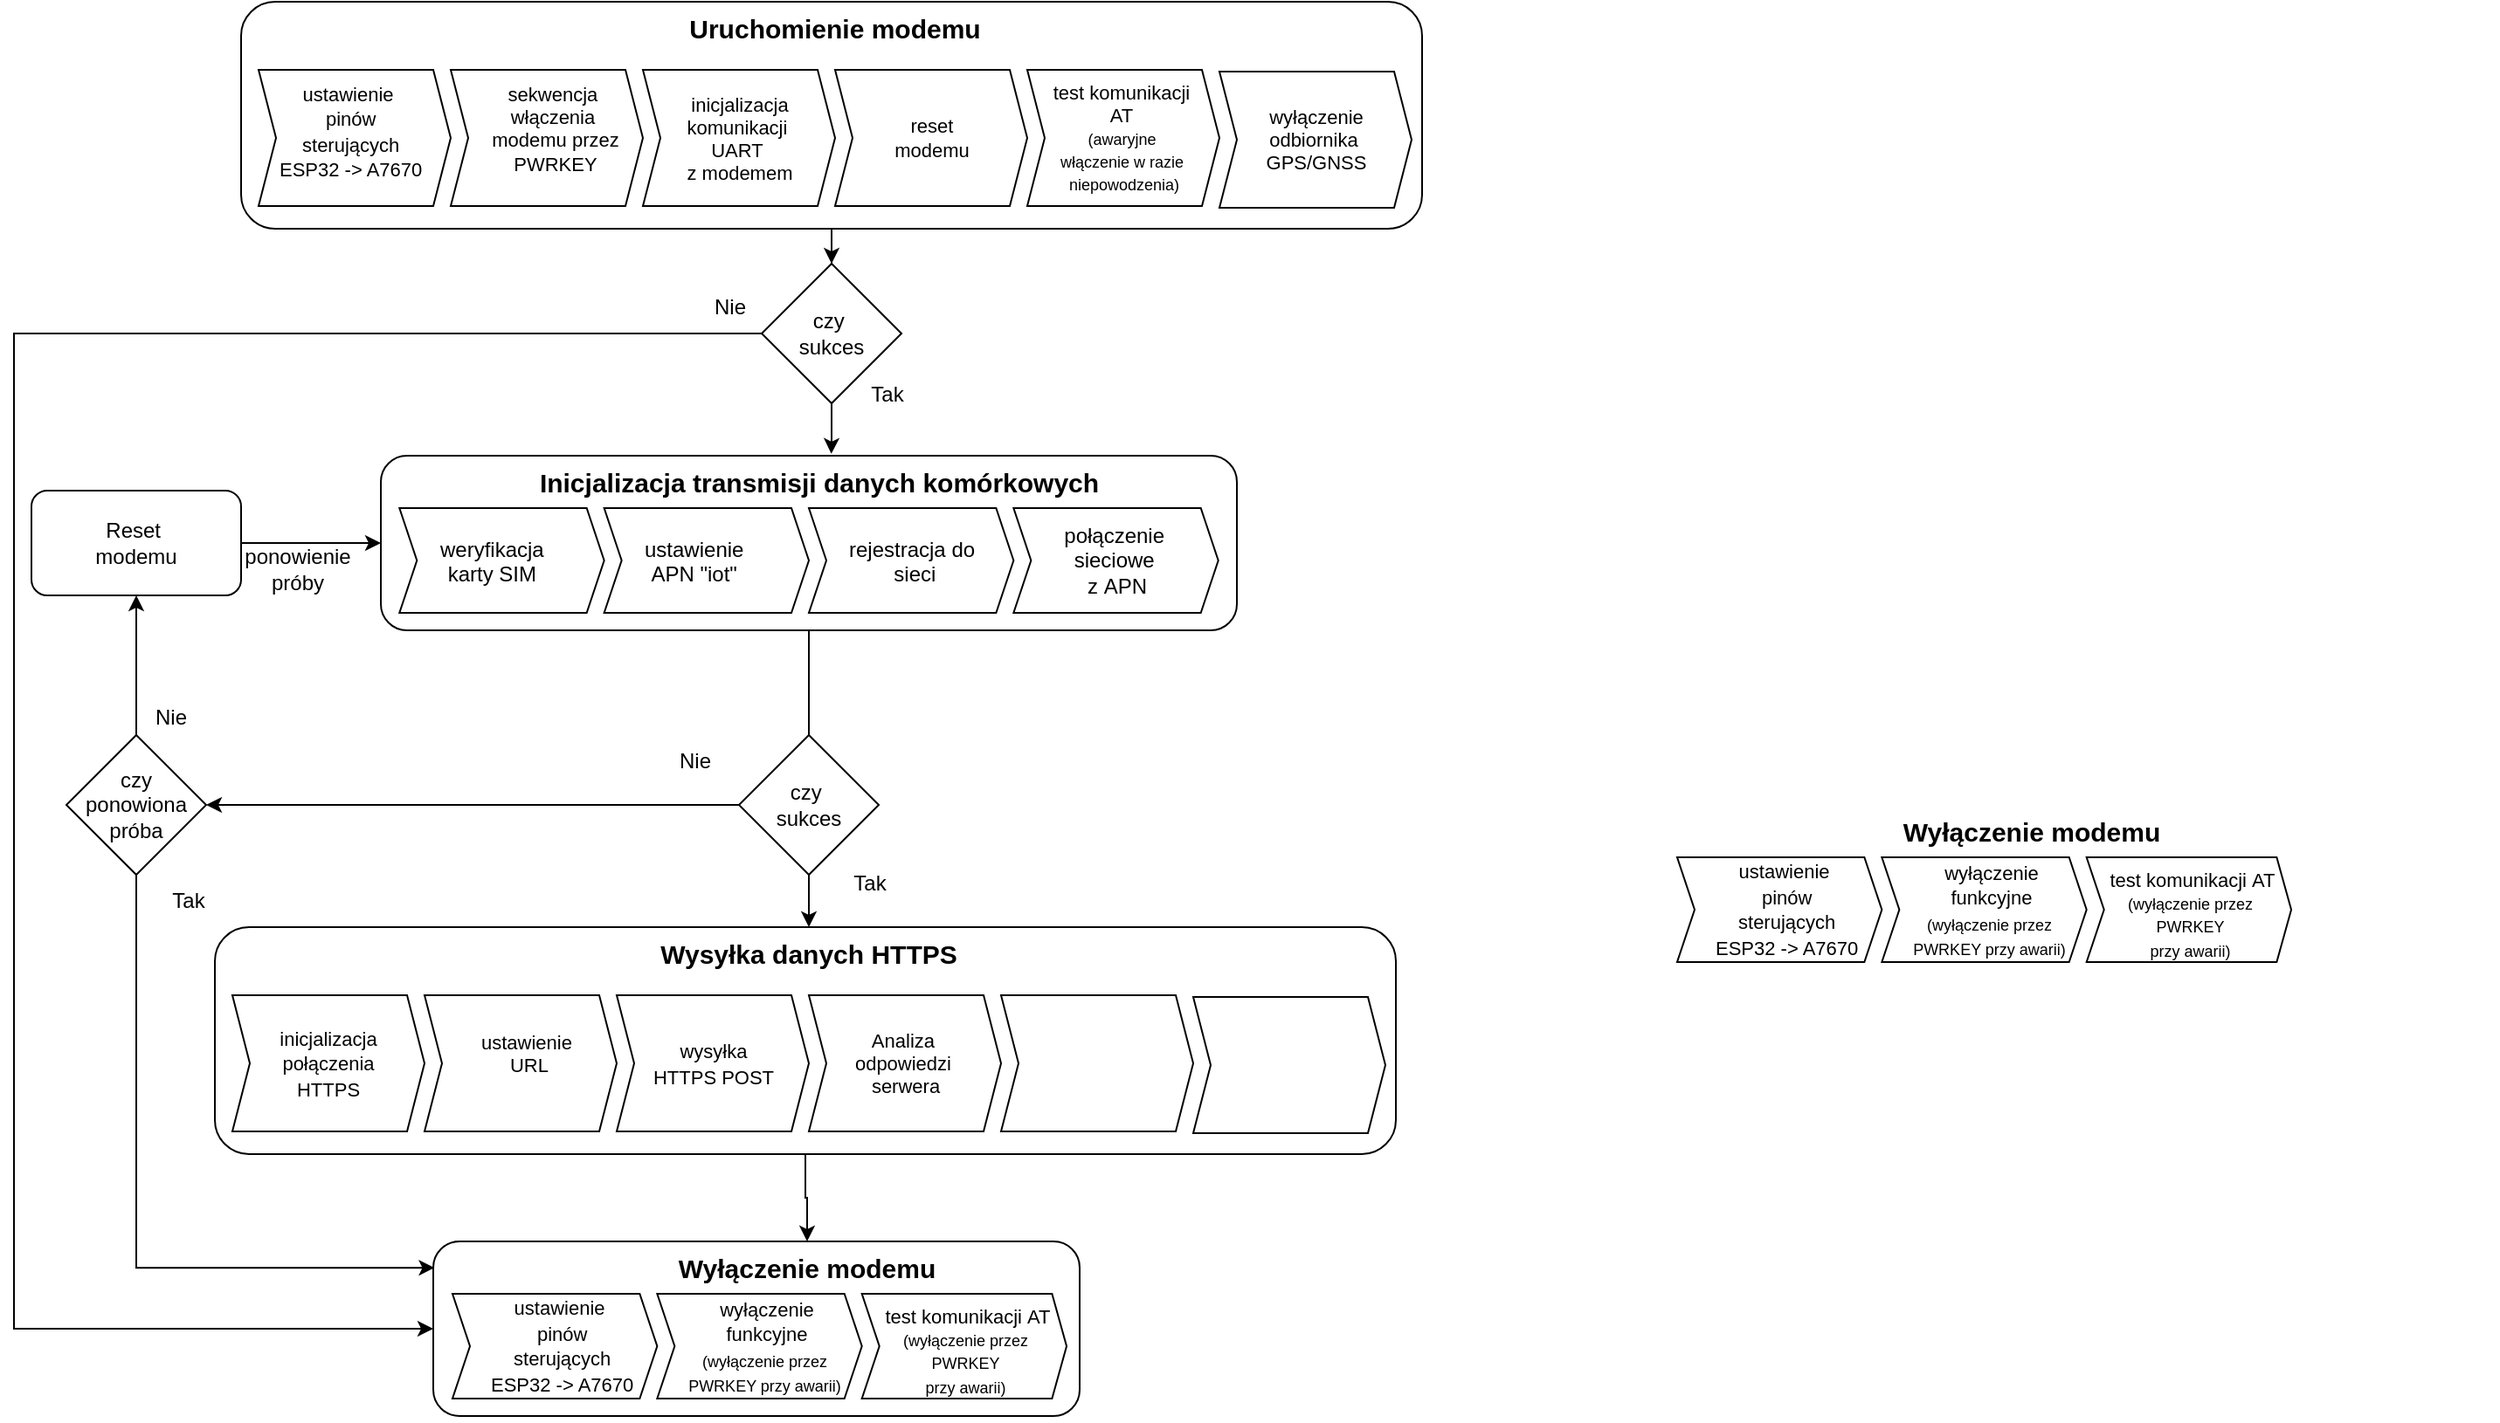
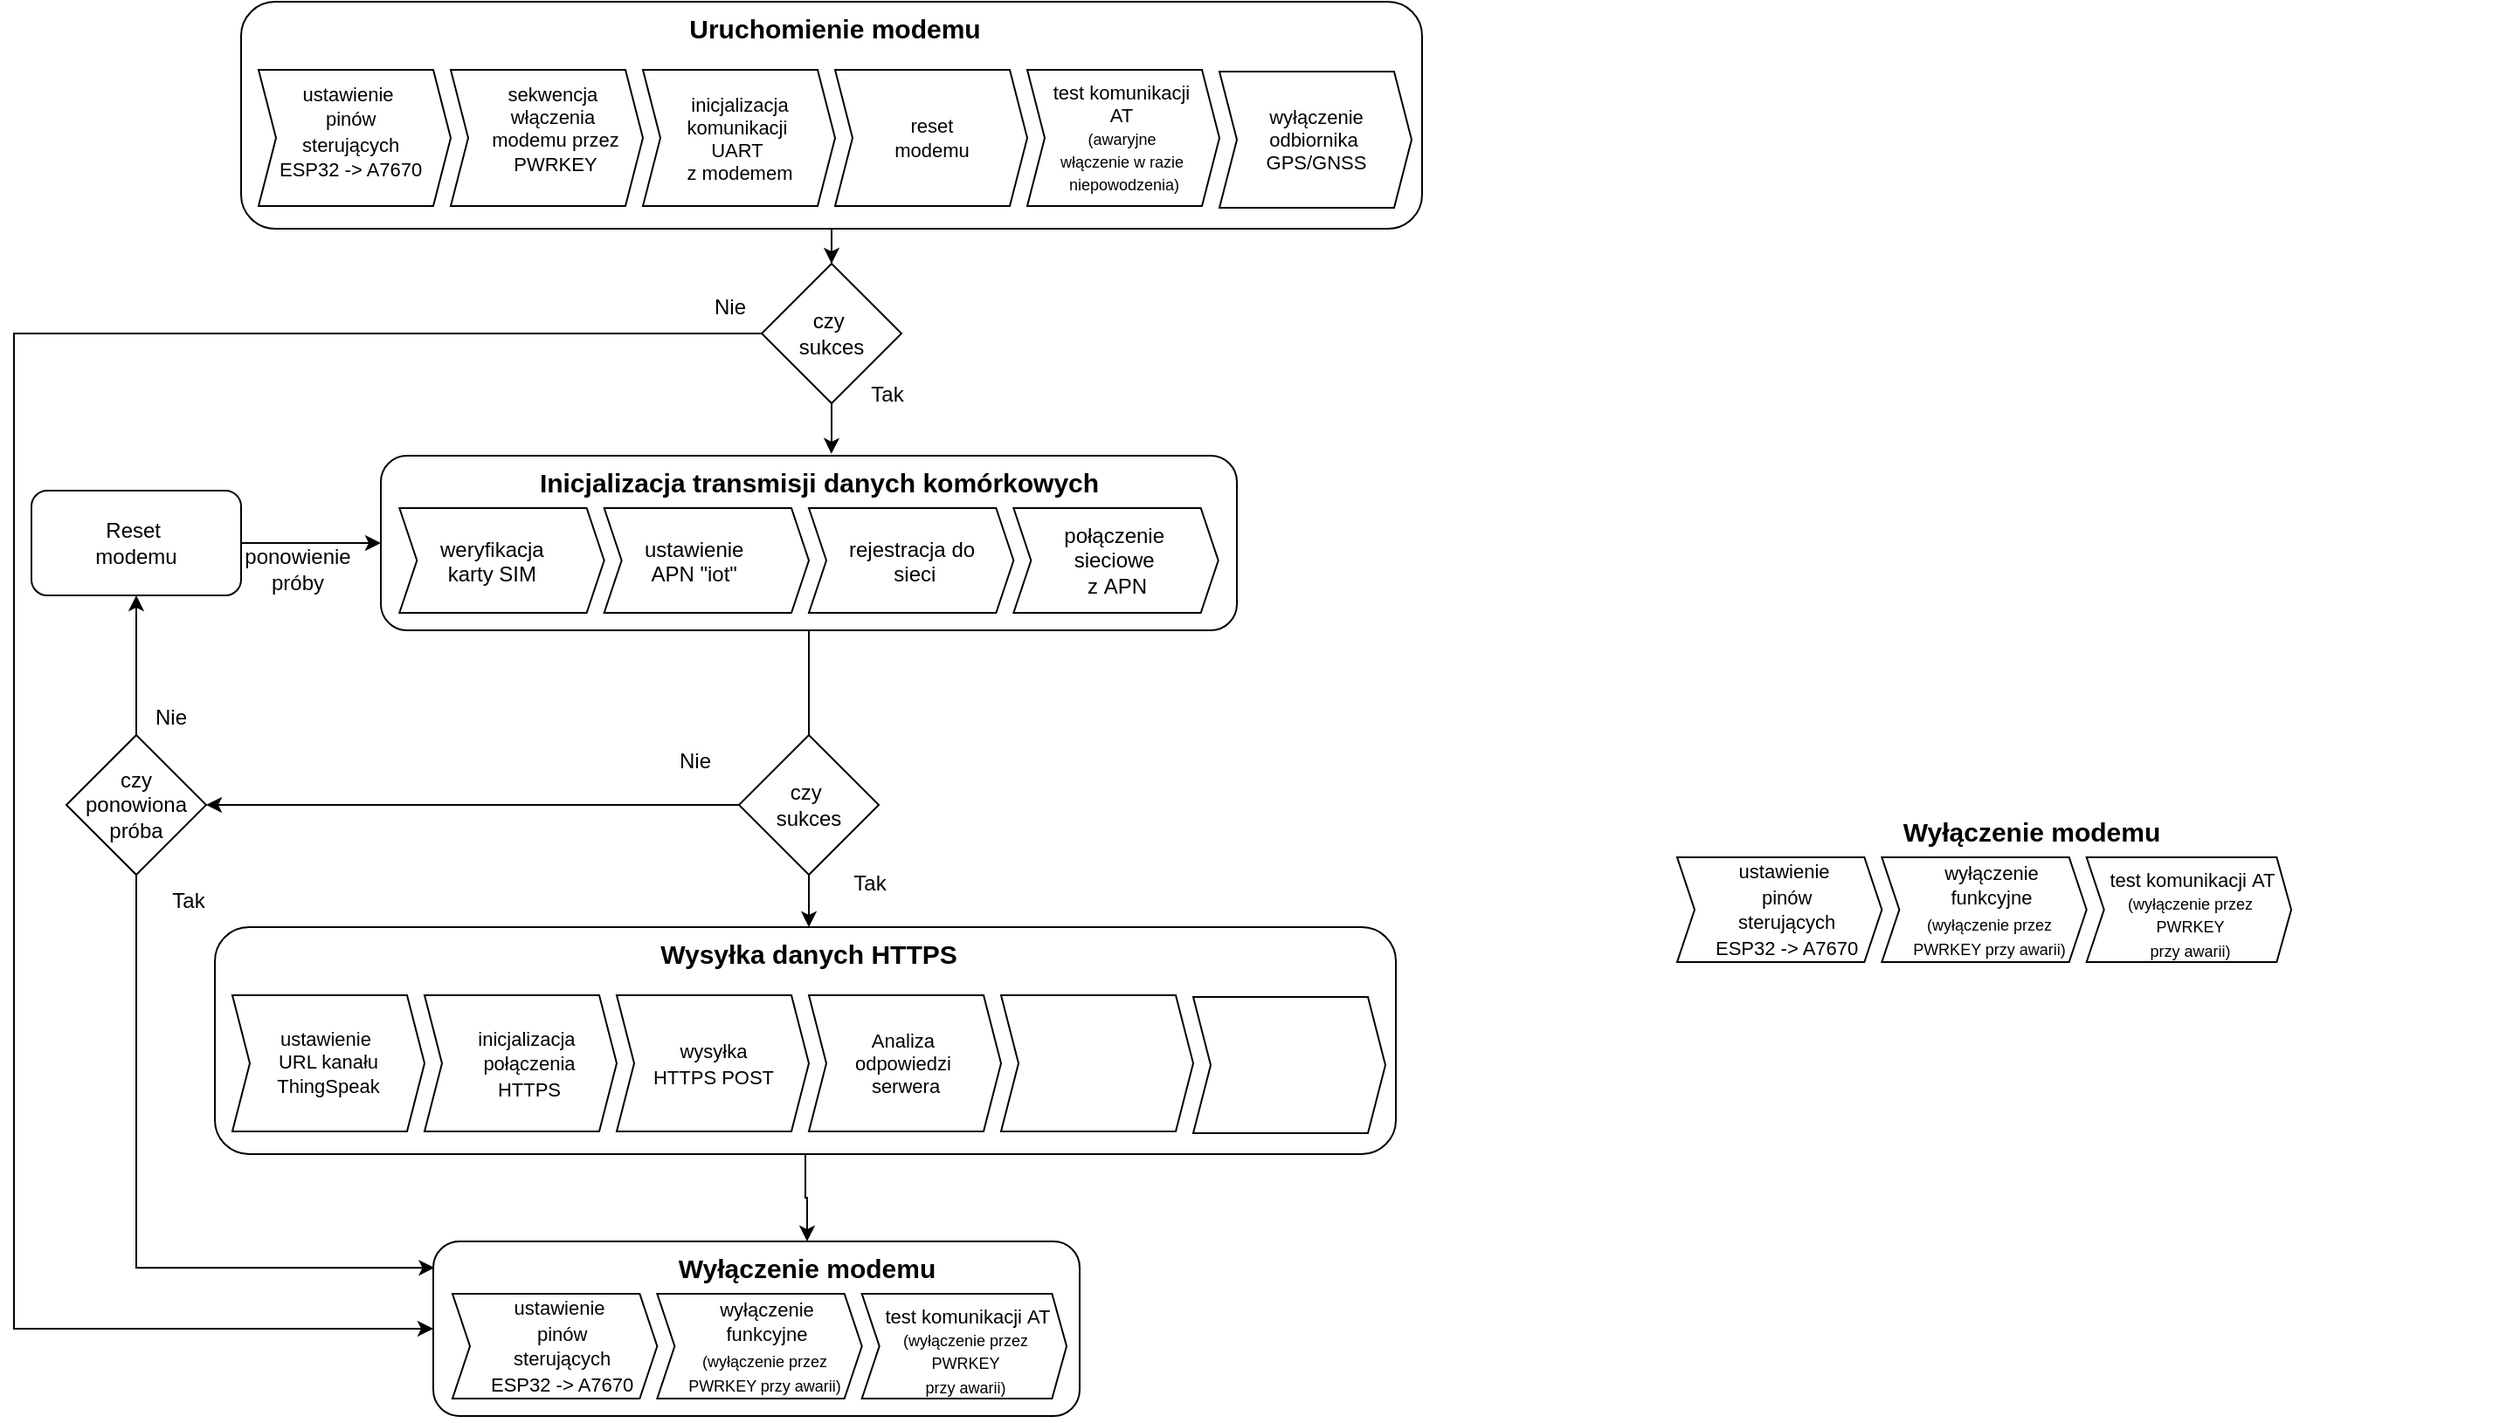
<mxfile host="app.diagrams.net">
  <diagram name="Strona-1" id="qUiWrLwNQSNPpPlMcjFA">
-     <mxGraphModel dx="960" dy="1979" grid="1" gridSize="10" guides="1" tooltips="1" connect="1" arrows="1" fold="1" page="1" pageScale="1" pageWidth="827" pageHeight="1169" math="0" shadow="0">
+     <mxGraphModel dx="913" dy="1979" grid="1" gridSize="10" guides="1" tooltips="1" connect="1" arrows="1" fold="1" page="1" pageScale="1" pageWidth="827" pageHeight="1169" math="0" shadow="0">
      <root>
        <mxCell id="0" />
        <mxCell id="1" parent="0" />
        <mxCell id="zzqq1YDTvUKB0URQ00NY-44" connectable="0" parent="1" style="group" value="" vertex="1">
          <mxGeometry height="100" width="490.6521739130435" x="650" y="110" as="geometry" />
        </mxCell>
        <mxCell id="zzqq1YDTvUKB0URQ00NY-41" parent="zzqq1YDTvUKB0URQ00NY-44" style="rounded=1;whiteSpace=wrap;html=1;fillColor=none;" value="" vertex="1">
          <mxGeometry height="100" width="490.0000000000001" as="geometry" />
        </mxCell>
        <mxCell id="zzqq1YDTvUKB0URQ00NY-43" connectable="0" parent="zzqq1YDTvUKB0URQ00NY-44" style="group" value="" vertex="1">
          <mxGeometry height="90" width="480" x="10.65217391304348" as="geometry" />
        </mxCell>
        <mxCell id="zzqq1YDTvUKB0URQ00NY-32" parent="zzqq1YDTvUKB0URQ00NY-43" style="html=1;shadow=0;dashed=0;align=center;verticalAlign=middle;shape=mxgraph.arrows2.arrow;dy=0;dx=10;notch=10;" value="" vertex="1">
          <mxGeometry height="60" width="117.17391304347828" y="30" as="geometry" />
        </mxCell>
        <mxCell id="zzqq1YDTvUKB0URQ00NY-34" parent="zzqq1YDTvUKB0URQ00NY-43" style="text;whiteSpace=wrap;html=1;" value="&lt;span style=&quot;caret-color: rgb(0, 0, 0); color: rgb(0, 0, 0); font-family: Helvetica; font-size: 12.000001px; font-style: normal; font-variant-caps: normal; font-weight: 400; letter-spacing: normal; orphans: 2; text-align: center; text-indent: 0px; text-transform: none; white-space: nowrap; widows: 2; word-spacing: 0px; -webkit-text-stroke-width: 0px; text-decoration-line: none; text-decoration-thickness: auto; text-decoration-style: solid;&quot;&gt;weryfikacja&lt;/span&gt;&lt;div style=&quot;caret-color: rgb(0, 0, 0); color: rgb(0, 0, 0); font-family: Helvetica; font-size: 12.000001px; font-style: normal; font-variant-caps: normal; font-weight: 400; letter-spacing: normal; orphans: 2; text-align: center; text-indent: 0px; text-transform: none; white-space: nowrap; widows: 2; word-spacing: 0px; -webkit-text-stroke-width: 0px; text-decoration-line: none; text-decoration-thickness: auto; text-decoration-style: solid;&quot;&gt;karty SIM&lt;/div&gt;" vertex="1">
          <mxGeometry height="50" width="95.86956521739131" x="21.30434782608696" y="40" as="geometry" />
        </mxCell>
        <mxCell id="zzqq1YDTvUKB0URQ00NY-35" parent="zzqq1YDTvUKB0URQ00NY-43" style="html=1;shadow=0;dashed=0;align=center;verticalAlign=middle;shape=mxgraph.arrows2.arrow;dy=0;dx=10;notch=10;" value="" vertex="1">
          <mxGeometry height="60" width="117.17391304347828" x="117.17391304347828" y="30" as="geometry" />
        </mxCell>
        <mxCell id="zzqq1YDTvUKB0URQ00NY-36" parent="zzqq1YDTvUKB0URQ00NY-43" style="text;whiteSpace=wrap;html=1;" value="&lt;div style=&quot;text-align: center;&quot;&gt;&lt;span style=&quot;font-size: 12px; caret-color: rgb(0, 0, 0); text-wrap-mode: nowrap;&quot;&gt;&lt;font color=&quot;#000000&quot;&gt;ustawienie&lt;/font&gt;&lt;/span&gt;&lt;/div&gt;&lt;div style=&quot;text-align: center;&quot;&gt;&lt;span style=&quot;font-size: 12px; caret-color: rgb(0, 0, 0); text-wrap-mode: nowrap;&quot;&gt;&lt;font color=&quot;#000000&quot;&gt;APN&amp;nbsp;&lt;/font&gt;&lt;/span&gt;&lt;span style=&quot;font-size: 12px; white-space: nowrap;&quot;&gt;&quot;iot&quot;&lt;/span&gt;&lt;/div&gt;" vertex="1">
          <mxGeometry height="50" width="95.86956521739131" x="138.47826086956525" y="40" as="geometry" />
        </mxCell>
        <mxCell id="zzqq1YDTvUKB0URQ00NY-37" parent="zzqq1YDTvUKB0URQ00NY-43" style="html=1;shadow=0;dashed=0;align=center;verticalAlign=middle;shape=mxgraph.arrows2.arrow;dy=0;dx=10;notch=10;" value="" vertex="1">
          <mxGeometry height="60" width="117.17391304347828" x="234.34782608695656" y="30" as="geometry" />
        </mxCell>
        <mxCell id="zzqq1YDTvUKB0URQ00NY-38" parent="zzqq1YDTvUKB0URQ00NY-43" style="text;whiteSpace=wrap;html=1;" value="&lt;div style=&quot;text-align: center;&quot;&gt;&lt;span style=&quot;caret-color: rgb(0, 0, 0); text-wrap-mode: nowrap;&quot;&gt;rejestracja do&amp;nbsp;&lt;/span&gt;&lt;/div&gt;&lt;div style=&quot;text-align: center;&quot;&gt;&lt;span style=&quot;caret-color: rgb(0, 0, 0); text-wrap-mode: nowrap;&quot;&gt;sieci&lt;/span&gt;&lt;/div&gt;" vertex="1">
          <mxGeometry height="50" width="95.86956521739131" x="255.6521739130435" y="40" as="geometry" />
        </mxCell>
        <mxCell id="zzqq1YDTvUKB0URQ00NY-39" parent="zzqq1YDTvUKB0URQ00NY-43" style="html=1;shadow=0;dashed=0;align=center;verticalAlign=middle;shape=mxgraph.arrows2.arrow;dy=0;dx=10;notch=10;" value="połączenie&amp;nbsp;&lt;div&gt;sieciowe&amp;nbsp;&lt;/div&gt;&lt;div&gt;z&amp;nbsp;&lt;span style=&quot;font-size: 12px;&quot;&gt;APN&lt;/span&gt;&lt;/div&gt;" vertex="1">
          <mxGeometry height="60" width="117.17391304347828" x="351.52173913043487" y="30" as="geometry" />
        </mxCell>
        <mxCell id="zzqq1YDTvUKB0URQ00NY-42" parent="zzqq1YDTvUKB0URQ00NY-43" style="text;whiteSpace=wrap;html=1;align=center;" value="&lt;div style=&quot;&quot;&gt;&lt;span style=&quot;&quot;&gt;&lt;b&gt;&lt;font style=&quot;font-size: 15px;&quot;&gt;Inicjalizacja transmisji danych komórkowych&lt;/font&gt;&lt;/b&gt;&lt;/span&gt;&lt;br&gt;&lt;/div&gt;" vertex="1">
          <mxGeometry height="50" width="480" as="geometry" />
        </mxCell>
        <mxCell id="zzqq1YDTvUKB0URQ00NY-64" connectable="0" parent="1" style="group" value="" vertex="1">
          <mxGeometry height="130" width="680" x="570" y="-150" as="geometry" />
        </mxCell>
        <mxCell id="zzqq1YDTvUKB0URQ00NY-47" parent="zzqq1YDTvUKB0URQ00NY-64" style="rounded=1;whiteSpace=wrap;html=1;fillColor=none;" value="" vertex="1">
          <mxGeometry height="130" width="676" as="geometry" />
        </mxCell>
        <mxCell id="zzqq1YDTvUKB0URQ00NY-63" connectable="0" parent="zzqq1YDTvUKB0URQ00NY-64" style="group" value="" vertex="1">
          <mxGeometry height="118" width="670" x="10" as="geometry" />
        </mxCell>
        <mxCell id="zzqq1YDTvUKB0URQ00NY-48" connectable="0" parent="zzqq1YDTvUKB0URQ00NY-63" style="group" value="" vertex="1">
          <mxGeometry height="117" width="670" as="geometry" />
        </mxCell>
        <mxCell id="zzqq1YDTvUKB0URQ00NY-49" parent="zzqq1YDTvUKB0URQ00NY-48" style="html=1;shadow=0;dashed=0;align=center;verticalAlign=middle;shape=mxgraph.arrows2.arrow;dy=0;dx=10;notch=10;" value="" vertex="1">
          <mxGeometry height="78" width="110" y="39" as="geometry" />
        </mxCell>
        <mxCell id="zzqq1YDTvUKB0URQ00NY-51" parent="zzqq1YDTvUKB0URQ00NY-48" style="html=1;shadow=0;dashed=0;align=center;verticalAlign=middle;shape=mxgraph.arrows2.arrow;dy=0;dx=10;notch=10;" value="" vertex="1">
          <mxGeometry height="78" width="110" x="110" y="39" as="geometry" />
        </mxCell>
        <mxCell id="zzqq1YDTvUKB0URQ00NY-52" parent="zzqq1YDTvUKB0URQ00NY-48" style="text;whiteSpace=wrap;html=1;fontSize=11;align=center;" value="&lt;div style=&quot;&quot;&gt;&lt;span style=&quot;caret-color: rgb(0, 0, 0); text-wrap-mode: nowrap;&quot;&gt;sekwencja&amp;nbsp;&lt;/span&gt;&lt;/div&gt;&lt;div style=&quot;&quot;&gt;&lt;span style=&quot;caret-color: rgb(0, 0, 0); text-wrap-mode: nowrap;&quot;&gt;włączenia&amp;nbsp;&lt;/span&gt;&lt;/div&gt;&lt;div style=&quot;&quot;&gt;&lt;span style=&quot;caret-color: rgb(0, 0, 0); text-wrap-mode: nowrap;&quot;&gt;modemu przez&lt;/span&gt;&lt;/div&gt;&lt;div style=&quot;&quot;&gt;&lt;span style=&quot;caret-color: rgb(0, 0, 0); text-wrap-mode: nowrap;&quot;&gt;PWRKEY&lt;/span&gt;&lt;/div&gt;&lt;div style=&quot;&quot;&gt;&lt;span style=&quot;caret-color: rgb(0, 0, 0); text-wrap-mode: nowrap;&quot;&gt;&lt;br&gt;&lt;/span&gt;&lt;/div&gt;&lt;div style=&quot;&quot;&gt;&lt;br&gt;&lt;/div&gt;" vertex="1">
          <mxGeometry height="77" width="120" x="110" y="40" as="geometry" />
        </mxCell>
        <mxCell id="zzqq1YDTvUKB0URQ00NY-53" parent="zzqq1YDTvUKB0URQ00NY-48" style="html=1;shadow=0;dashed=0;align=center;verticalAlign=middle;shape=mxgraph.arrows2.arrow;dy=0;dx=10;notch=10;" value="&lt;span style=&quot;font-size: 11px; float: none; display: inline !important; caret-color: rgb(0, 0, 0); color: rgb(0, 0, 0); text-decoration-color: currentcolor;&quot;&gt;inicjalizacja&lt;/span&gt;&lt;div style=&quot;font-size: 11px; white-space: normal; caret-color: rgb(0, 0, 0); color: rgb(0, 0, 0);&quot;&gt;&lt;span style=&quot;text-wrap-mode: nowrap;&quot;&gt;komunikacji&amp;nbsp;&lt;/span&gt;&lt;/div&gt;&lt;div style=&quot;font-size: 11px; white-space: normal; caret-color: rgb(0, 0, 0); color: rgb(0, 0, 0);&quot;&gt;&lt;span style=&quot;text-wrap-mode: nowrap;&quot;&gt;UART&amp;nbsp;&lt;/span&gt;&lt;/div&gt;&lt;div style=&quot;font-size: 11px; white-space: normal; caret-color: rgb(0, 0, 0); color: rgb(0, 0, 0);&quot;&gt;&lt;span style=&quot;text-wrap-mode: nowrap;&quot;&gt;z modemem&lt;/span&gt;&lt;/div&gt;" vertex="1">
          <mxGeometry height="78" width="110" x="220" y="39" as="geometry" />
        </mxCell>
        <mxCell id="zzqq1YDTvUKB0URQ00NY-55" parent="zzqq1YDTvUKB0URQ00NY-48" style="html=1;shadow=0;dashed=0;align=center;verticalAlign=middle;shape=mxgraph.arrows2.arrow;dy=0;dx=10;notch=10;fontSize=11;labelBackgroundColor=none;" value="reset&lt;div&gt;modemu&lt;/div&gt;" vertex="1">
          <mxGeometry height="78" width="110" x="330" y="39" as="geometry" />
        </mxCell>
        <mxCell id="zzqq1YDTvUKB0URQ00NY-56" parent="zzqq1YDTvUKB0URQ00NY-48" style="text;whiteSpace=wrap;html=1;align=center;" value="&lt;div style=&quot;&quot;&gt;&lt;b&gt;&lt;font style=&quot;font-size: 15px;&quot;&gt;Uruchomienie modemu&lt;/font&gt;&lt;/b&gt;&lt;/div&gt;" vertex="1">
          <mxGeometry height="65" width="680" x="-10" as="geometry" />
        </mxCell>
        <mxCell id="zzqq1YDTvUKB0URQ00NY-50" parent="zzqq1YDTvUKB0URQ00NY-48" style="text;whiteSpace=wrap;html=1;" value="&lt;div style=&quot;text-align: center;&quot;&gt;&lt;span style=&quot;text-wrap-mode: nowrap;&quot;&gt;&lt;font style=&quot;font-size: 11px;&quot;&gt;ustawienie&amp;nbsp;&lt;/font&gt;&lt;/span&gt;&lt;/div&gt;&lt;div style=&quot;text-align: center;&quot;&gt;&lt;span style=&quot;text-wrap-mode: nowrap;&quot;&gt;&lt;font style=&quot;font-size: 11px;&quot;&gt;pinów&lt;/font&gt;&lt;/span&gt;&lt;/div&gt;&lt;div style=&quot;text-align: center;&quot;&gt;&lt;span style=&quot;text-wrap-mode: nowrap;&quot;&gt;&lt;font style=&quot;font-size: 11px;&quot;&gt;&amp;nbsp;sterujących&amp;nbsp;&lt;/font&gt;&lt;/span&gt;&lt;/div&gt;&lt;div style=&quot;text-align: center;&quot;&gt;&lt;span style=&quot;font-size: 11px; text-wrap-mode: nowrap;&quot;&gt;ESP32 -&amp;gt; A7670&lt;/span&gt;&lt;/div&gt;&lt;div style=&quot;text-align: center;&quot;&gt;&lt;span style=&quot;text-wrap-mode: nowrap;&quot;&gt;&lt;br&gt;&lt;/span&gt;&lt;/div&gt;" vertex="1">
          <mxGeometry height="65" width="90" x="10" y="39" as="geometry" />
        </mxCell>
        <mxCell id="zzqq1YDTvUKB0URQ00NY-58" parent="zzqq1YDTvUKB0URQ00NY-63" style="html=1;shadow=0;dashed=0;align=center;verticalAlign=middle;shape=mxgraph.arrows2.arrow;dy=0;dx=10;notch=10;fontSize=11;" value="test komunikacji&amp;nbsp;&lt;div&gt;AT&amp;nbsp;&lt;div&gt;&lt;font style=&quot;font-size: 9px;&quot;&gt;(awaryjne&amp;nbsp;&lt;/font&gt;&lt;/div&gt;&lt;div&gt;&lt;font style=&quot;font-size: 9px;&quot;&gt;włączenie w razie&amp;nbsp;&lt;/font&gt;&lt;/div&gt;&lt;div&gt;&lt;font style=&quot;font-size: 9px;&quot;&gt;niepowodzenia)&lt;/font&gt;&lt;/div&gt;&lt;/div&gt;" vertex="1">
          <mxGeometry height="78" width="110" x="440" y="39" as="geometry" />
        </mxCell>
        <mxCell id="zzqq1YDTvUKB0URQ00NY-59" parent="zzqq1YDTvUKB0URQ00NY-63" style="html=1;shadow=0;dashed=0;align=center;verticalAlign=middle;shape=mxgraph.arrows2.arrow;dy=0;dx=10;notch=10;fontSize=11;" value="wyłączenie&lt;div&gt;odbiornika&amp;nbsp;&lt;/div&gt;&lt;div&gt;GPS/GNSS&lt;/div&gt;" vertex="1">
          <mxGeometry height="78" width="110" x="550" y="40" as="geometry" />
        </mxCell>
        <mxCell id="zzqq1YDTvUKB0URQ00NY-69" edge="1" parent="1" source="zzqq1YDTvUKB0URQ00NY-65" style="edgeStyle=orthogonalEdgeStyle;rounded=0;orthogonalLoop=1;jettySize=auto;html=1;fontSize=13;entryX=0.515;entryY=-0.022;entryDx=0;entryDy=0;entryPerimeter=0;" target="zzqq1YDTvUKB0URQ00NY-42" value="">
          <mxGeometry relative="1" as="geometry" />
        </mxCell>
        <mxCell id="zzqq1YDTvUKB0URQ00NY-126" edge="1" parent="1" source="zzqq1YDTvUKB0URQ00NY-65" style="edgeStyle=orthogonalEdgeStyle;rounded=0;orthogonalLoop=1;jettySize=auto;html=1;entryX=0;entryY=0.5;entryDx=0;entryDy=0;" target="zzqq1YDTvUKB0URQ00NY-73">
          <mxGeometry relative="1" as="geometry">
            <Array as="points">
              <mxPoint x="440" y="40" />
              <mxPoint x="440" y="610" />
            </Array>
            <mxPoint x="430" y="730" as="targetPoint" />
          </mxGeometry>
        </mxCell>
        <mxCell id="zzqq1YDTvUKB0URQ00NY-65" parent="1" style="rhombus;whiteSpace=wrap;html=1;" value="czy&amp;nbsp;&lt;div&gt;sukces&lt;/div&gt;" vertex="1">
          <mxGeometry height="80" width="80" x="868" as="geometry" />
        </mxCell>
        <mxCell id="zzqq1YDTvUKB0URQ00NY-66" parent="1" style="text;html=1;whiteSpace=wrap;strokeColor=none;fillColor=none;align=center;verticalAlign=middle;rounded=0;" value="Nie" vertex="1">
          <mxGeometry height="30" width="60" x="820" y="10" as="geometry" />
        </mxCell>
        <mxCell id="zzqq1YDTvUKB0URQ00NY-94" parent="1" style="text;html=1;whiteSpace=wrap;strokeColor=none;fillColor=none;align=center;verticalAlign=middle;rounded=0;" value="Tak" vertex="1">
          <mxGeometry height="30" width="60" x="910" y="60" as="geometry" />
        </mxCell>
        <mxCell id="zzqq1YDTvUKB0URQ00NY-95" connectable="0" parent="1" style="group" value="" vertex="1">
-           <mxGeometry height="130" width="680" x="555" y="380" as="geometry" />
+           <mxGeometry height="140" width="680" x="555" y="380" as="geometry" />
        </mxCell>
        <mxCell id="zzqq1YDTvUKB0URQ00NY-96" parent="zzqq1YDTvUKB0URQ00NY-95" style="rounded=1;whiteSpace=wrap;html=1;fillColor=none;" value="" vertex="1">
          <mxGeometry height="130" width="676" as="geometry" />
        </mxCell>
        <mxCell id="zzqq1YDTvUKB0URQ00NY-97" connectable="0" parent="zzqq1YDTvUKB0URQ00NY-95" style="group" value="" vertex="1">
-           <mxGeometry height="120" width="670" x="10" as="geometry" />
+           <mxGeometry height="140" width="670" x="10" as="geometry" />
        </mxCell>
        <mxCell id="zzqq1YDTvUKB0URQ00NY-98" connectable="0" parent="zzqq1YDTvUKB0URQ00NY-97" style="group" value="" vertex="1">
-           <mxGeometry height="120" width="670" as="geometry" />
+           <mxGeometry height="140" width="670" as="geometry" />
        </mxCell>
        <mxCell id="zzqq1YDTvUKB0URQ00NY-99" parent="zzqq1YDTvUKB0URQ00NY-98" style="html=1;shadow=0;dashed=0;align=center;verticalAlign=middle;shape=mxgraph.arrows2.arrow;dy=0;dx=10;notch=10;" value="" vertex="1">
          <mxGeometry height="78" width="110" y="39" as="geometry" />
        </mxCell>
        <mxCell id="zzqq1YDTvUKB0URQ00NY-100" parent="zzqq1YDTvUKB0URQ00NY-98" style="html=1;shadow=0;dashed=0;align=center;verticalAlign=middle;shape=mxgraph.arrows2.arrow;dy=0;dx=10;notch=10;" value="" vertex="1">
          <mxGeometry height="78" width="110" x="110" y="39" as="geometry" />
        </mxCell>
-         <mxCell id="zzqq1YDTvUKB0URQ00NY-101" parent="zzqq1YDTvUKB0URQ00NY-98" style="text;whiteSpace=wrap;html=1;fontSize=11;align=center;" value="&lt;div style=&quot;&quot;&gt;&lt;span style=&quot;caret-color: rgb(0, 0, 0); text-wrap-mode: nowrap;&quot;&gt;&lt;br&gt;&lt;/span&gt;&lt;/div&gt;&lt;div style=&quot;&quot;&gt;&lt;span style=&quot;caret-color: rgb(0, 0, 0); text-wrap-mode: nowrap;&quot;&gt;ustawienie&amp;nbsp;&lt;/span&gt;&lt;/div&gt;&lt;div style=&quot;&quot;&gt;&lt;span style=&quot;white-space: nowrap;&quot;&gt;URL&lt;/span&gt;&lt;br&gt;&lt;/div&gt;" vertex="1">
-           <mxGeometry height="77" width="120" x="110" y="40" as="geometry" />
+         <mxCell id="zzqq1YDTvUKB0URQ00NY-101" parent="zzqq1YDTvUKB0URQ00NY-98" style="text;whiteSpace=wrap;html=1;fontSize=11;align=center;" value="&lt;div style=&quot;&quot;&gt;&lt;div style=&quot;font-size: 12.000001px;&quot;&gt;&lt;span style=&quot;font-size: 11px; text-wrap-mode: nowrap;&quot;&gt;inicjalizacja&lt;/span&gt;&lt;span style=&quot;font-size: 11px; white-space: nowrap;&quot;&gt;&amp;nbsp;&lt;/span&gt;&lt;/div&gt;&lt;div style=&quot;font-size: 12.000001px;&quot;&gt;&lt;span style=&quot;font-size: 11px; white-space: nowrap;&quot;&gt;połączenia&lt;/span&gt;&lt;/div&gt;&lt;div style=&quot;font-size: 12.000001px;&quot;&gt;&lt;span style=&quot;font-size: 11px; white-space: nowrap;&quot;&gt;HTTPS&lt;/span&gt;&lt;/div&gt;&lt;/div&gt;" vertex="1">
+           <mxGeometry height="90" width="120" x="110" y="50" as="geometry" />
        </mxCell>
        <mxCell id="zzqq1YDTvUKB0URQ00NY-102" parent="zzqq1YDTvUKB0URQ00NY-98" style="html=1;shadow=0;dashed=0;align=center;verticalAlign=middle;shape=mxgraph.arrows2.arrow;dy=0;dx=10;notch=10;" value="&lt;font color=&quot;#000000&quot;&gt;&lt;span style=&quot;caret-color: rgb(0, 0, 0); font-size: 11px;&quot;&gt;wysyłka&lt;/span&gt;&lt;/font&gt;&lt;div&gt;&lt;font color=&quot;#000000&quot;&gt;&lt;span style=&quot;caret-color: rgb(0, 0, 0); font-size: 11px;&quot;&gt;HTTPS POST&lt;/span&gt;&lt;/font&gt;&lt;/div&gt;" vertex="1">
          <mxGeometry height="78" width="110" x="220" y="39" as="geometry" />
        </mxCell>
        <mxCell id="zzqq1YDTvUKB0URQ00NY-103" parent="zzqq1YDTvUKB0URQ00NY-98" style="html=1;shadow=0;dashed=0;align=center;verticalAlign=middle;shape=mxgraph.arrows2.arrow;dy=0;dx=10;notch=10;fontSize=11;labelBackgroundColor=none;" value="Analiza&amp;nbsp;&lt;div&gt;odpowiedzi&amp;nbsp;&lt;/div&gt;&lt;div&gt;serwera&lt;/div&gt;" vertex="1">
          <mxGeometry height="78" width="110" x="330" y="39" as="geometry" />
        </mxCell>
        <mxCell id="zzqq1YDTvUKB0URQ00NY-104" parent="zzqq1YDTvUKB0URQ00NY-98" style="text;whiteSpace=wrap;html=1;align=center;" value="&lt;div style=&quot;&quot;&gt;&lt;b&gt;&lt;font style=&quot;font-size: 15px;&quot;&gt;Wysyłka danych HTTPS&lt;/font&gt;&lt;/b&gt;&lt;/div&gt;" vertex="1">
          <mxGeometry height="65" width="680" x="-10" as="geometry" />
        </mxCell>
-         <mxCell id="zzqq1YDTvUKB0URQ00NY-105" parent="zzqq1YDTvUKB0URQ00NY-98" style="text;whiteSpace=wrap;html=1;align=center;" value="&lt;div style=&quot;&quot;&gt;&lt;span style=&quot;font-size: 11px; text-wrap-mode: nowrap;&quot;&gt;inicjalizacja&lt;/span&gt;&lt;/div&gt;&lt;div style=&quot;&quot;&gt;&lt;span style=&quot;font-size: 11px; text-wrap-mode: nowrap;&quot;&gt;&amp;nbsp;połączenia&amp;nbsp;&lt;/span&gt;&lt;/div&gt;&lt;div style=&quot;&quot;&gt;&lt;span style=&quot;font-size: 11px; text-wrap-mode: nowrap;&quot;&gt;HTTPS&lt;/span&gt;&lt;/div&gt;" vertex="1">
-           <mxGeometry height="70" width="130" x="-10" y="50" as="geometry" />
+         <mxCell id="zzqq1YDTvUKB0URQ00NY-105" parent="zzqq1YDTvUKB0URQ00NY-98" style="text;whiteSpace=wrap;html=1;align=center;" value="&lt;div style=&quot;&quot;&gt;&lt;span style=&quot;font-size: 11px; white-space: nowrap;&quot;&gt;ustawienie&amp;nbsp;&lt;/span&gt;&lt;br&gt;&lt;/div&gt;&lt;div style=&quot;font-size: 11px;&quot;&gt;&lt;span style=&quot;white-space: nowrap;&quot;&gt;URL kanału&lt;/span&gt;&lt;br&gt;&lt;/div&gt;&lt;div style=&quot;font-size: 11px;&quot;&gt;&lt;span style=&quot;white-space: nowrap;&quot;&gt;ThingSpeak&lt;/span&gt;&lt;/div&gt;" vertex="1">
+           <mxGeometry height="70" width="150" x="-20" y="50" as="geometry" />
        </mxCell>
        <mxCell id="zzqq1YDTvUKB0URQ00NY-106" parent="zzqq1YDTvUKB0URQ00NY-97" style="html=1;shadow=0;dashed=0;align=center;verticalAlign=middle;shape=mxgraph.arrows2.arrow;dy=0;dx=10;notch=10;fontSize=11;" value="" vertex="1">
          <mxGeometry height="78" width="110" x="440" y="39" as="geometry" />
        </mxCell>
        <mxCell id="zzqq1YDTvUKB0URQ00NY-107" parent="zzqq1YDTvUKB0URQ00NY-97" style="html=1;shadow=0;dashed=0;align=center;verticalAlign=middle;shape=mxgraph.arrows2.arrow;dy=0;dx=10;notch=10;fontSize=11;" value="" vertex="1">
          <mxGeometry height="78" width="110" x="550" y="40" as="geometry" />
        </mxCell>
        <mxCell id="zzqq1YDTvUKB0URQ00NY-108" edge="1" parent="1" source="zzqq1YDTvUKB0URQ00NY-41" style="edgeStyle=orthogonalEdgeStyle;rounded=0;orthogonalLoop=1;jettySize=auto;html=1;entryX=0.5;entryY=0;entryDx=0;entryDy=0;exitX=0.5;exitY=1;exitDx=0;exitDy=0;" target="zzqq1YDTvUKB0URQ00NY-104">
          <mxGeometry relative="1" as="geometry" />
        </mxCell>
        <mxCell id="zzqq1YDTvUKB0URQ00NY-119" edge="1" parent="1" source="zzqq1YDTvUKB0URQ00NY-109" style="edgeStyle=orthogonalEdgeStyle;rounded=0;orthogonalLoop=1;jettySize=auto;html=1;" target="zzqq1YDTvUKB0URQ00NY-115">
          <mxGeometry relative="1" as="geometry" />
        </mxCell>
        <mxCell id="zzqq1YDTvUKB0URQ00NY-109" parent="1" style="rhombus;whiteSpace=wrap;html=1;" value="czy&amp;nbsp;&lt;div&gt;sukces&lt;/div&gt;" vertex="1">
          <mxGeometry height="80" width="80" x="855" y="270" as="geometry" />
        </mxCell>
        <mxCell id="zzqq1YDTvUKB0URQ00NY-110" parent="1" style="text;html=1;whiteSpace=wrap;strokeColor=none;fillColor=none;align=center;verticalAlign=middle;rounded=0;" value="Tak" vertex="1">
          <mxGeometry height="30" width="60" x="900" y="340" as="geometry" />
        </mxCell>
        <mxCell id="zzqq1YDTvUKB0URQ00NY-111" parent="1" style="text;html=1;whiteSpace=wrap;strokeColor=none;fillColor=none;align=center;verticalAlign=middle;rounded=0;" value="Nie" vertex="1">
          <mxGeometry height="30" width="60" x="800" y="270" as="geometry" />
        </mxCell>
        <mxCell id="zzqq1YDTvUKB0URQ00NY-121" edge="1" parent="1" source="zzqq1YDTvUKB0URQ00NY-113" style="edgeStyle=orthogonalEdgeStyle;rounded=0;orthogonalLoop=1;jettySize=auto;html=1;entryX=0;entryY=0.5;entryDx=0;entryDy=0;" target="zzqq1YDTvUKB0URQ00NY-41" value="">
          <mxGeometry relative="1" as="geometry" />
        </mxCell>
        <mxCell id="zzqq1YDTvUKB0URQ00NY-113" parent="1" style="rounded=1;whiteSpace=wrap;html=1;" value="Reset&amp;nbsp;&lt;div&gt;modemu&lt;/div&gt;" vertex="1">
          <mxGeometry height="60" width="120" x="450" y="130" as="geometry" />
        </mxCell>
        <mxCell id="zzqq1YDTvUKB0URQ00NY-114" edge="1" parent="1" source="zzqq1YDTvUKB0URQ00NY-115" style="edgeStyle=orthogonalEdgeStyle;rounded=0;orthogonalLoop=1;jettySize=auto;html=1;" target="zzqq1YDTvUKB0URQ00NY-113" value="">
          <mxGeometry relative="1" as="geometry" />
        </mxCell>
        <mxCell id="zzqq1YDTvUKB0URQ00NY-122" edge="1" parent="1" source="zzqq1YDTvUKB0URQ00NY-115" style="edgeStyle=orthogonalEdgeStyle;rounded=0;orthogonalLoop=1;jettySize=auto;html=1;entryX=0.002;entryY=0.151;entryDx=0;entryDy=0;entryPerimeter=0;" target="zzqq1YDTvUKB0URQ00NY-73">
          <mxGeometry relative="1" as="geometry">
            <Array as="points">
              <mxPoint x="510" y="575" />
            </Array>
          </mxGeometry>
        </mxCell>
        <mxCell id="zzqq1YDTvUKB0URQ00NY-115" parent="1" style="rhombus;whiteSpace=wrap;html=1;" value="czy ponowiona próba" vertex="1">
          <mxGeometry height="80" width="80" x="470" y="270" as="geometry" />
        </mxCell>
        <mxCell id="zzqq1YDTvUKB0URQ00NY-116" parent="1" style="text;html=1;whiteSpace=wrap;strokeColor=none;fillColor=none;align=center;verticalAlign=middle;rounded=0;" value="Nie" vertex="1">
          <mxGeometry height="30" width="60" x="500" y="245" as="geometry" />
        </mxCell>
        <mxCell id="zzqq1YDTvUKB0URQ00NY-117" parent="1" style="text;html=1;whiteSpace=wrap;strokeColor=none;fillColor=none;align=center;verticalAlign=middle;rounded=0;" value="Tak" vertex="1">
          <mxGeometry height="30" width="60" x="510" y="350" as="geometry" />
        </mxCell>
        <mxCell id="zzqq1YDTvUKB0URQ00NY-120" parent="1" style="text;html=1;whiteSpace=wrap;strokeColor=none;fillColor=none;align=center;verticalAlign=middle;rounded=0;" value="ponowienie próby" vertex="1">
          <mxGeometry height="30" width="95" x="555" y="160" as="geometry" />
        </mxCell>
        <mxCell id="zzqq1YDTvUKB0URQ00NY-128" edge="1" parent="1" source="zzqq1YDTvUKB0URQ00NY-47" style="edgeStyle=orthogonalEdgeStyle;rounded=0;orthogonalLoop=1;jettySize=auto;html=1;entryX=0.5;entryY=0;entryDx=0;entryDy=0;" target="zzqq1YDTvUKB0URQ00NY-65">
          <mxGeometry relative="1" as="geometry" />
        </mxCell>
        <mxCell id="zzqq1YDTvUKB0URQ00NY-129" edge="1" parent="1" source="zzqq1YDTvUKB0URQ00NY-96" style="edgeStyle=orthogonalEdgeStyle;rounded=0;orthogonalLoop=1;jettySize=auto;html=1;" target="zzqq1YDTvUKB0URQ00NY-82" value="">
          <mxGeometry relative="1" as="geometry" />
        </mxCell>
        <mxCell id="zzqq1YDTvUKB0URQ00NY-73" parent="1" style="rounded=1;whiteSpace=wrap;html=1;fillColor=none;" value="" vertex="1">
          <mxGeometry height="100" width="370" x="680" y="560" as="geometry" />
        </mxCell>
        <mxCell id="zzqq1YDTvUKB0URQ00NY-133" connectable="0" parent="1" style="group" value="" vertex="1">
          <mxGeometry height="95" width="501.9999999999999" x="659.0021739130435" y="560" as="geometry" />
        </mxCell>
        <mxCell id="zzqq1YDTvUKB0URQ00NY-74" connectable="0" parent="zzqq1YDTvUKB0URQ00NY-133" style="group" value="" vertex="1">
          <mxGeometry height="95" width="470" x="32" as="geometry" />
        </mxCell>
        <mxCell id="zzqq1YDTvUKB0URQ00NY-75" parent="zzqq1YDTvUKB0URQ00NY-74" style="html=1;shadow=0;dashed=0;align=center;verticalAlign=middle;shape=mxgraph.arrows2.arrow;dy=0;dx=10;notch=10;" value="" vertex="1">
          <mxGeometry height="60" width="117.17391304347828" y="30" as="geometry" />
        </mxCell>
        <mxCell id="zzqq1YDTvUKB0URQ00NY-76" parent="zzqq1YDTvUKB0URQ00NY-74" style="text;whiteSpace=wrap;html=1;" value="&lt;div style=&quot;font-size: 12.000001px; text-align: center;&quot;&gt;&lt;span style=&quot;text-wrap-mode: nowrap;&quot;&gt;&lt;font style=&quot;font-size: 11px;&quot;&gt;&lt;br&gt;&lt;/font&gt;&lt;/span&gt;&lt;/div&gt;&lt;div style=&quot;font-size: 12.000001px; text-align: center;&quot;&gt;&lt;span style=&quot;text-wrap-mode: nowrap;&quot;&gt;&lt;font style=&quot;font-size: 11px;&quot;&gt;ustawienie&amp;nbsp;&lt;/font&gt;&lt;/span&gt;&lt;/div&gt;&lt;div style=&quot;font-size: 12.000001px; text-align: center;&quot;&gt;&lt;span style=&quot;text-wrap-mode: nowrap;&quot;&gt;&lt;font style=&quot;font-size: 11px;&quot;&gt;pinów&lt;/font&gt;&lt;/span&gt;&lt;/div&gt;&lt;div style=&quot;font-size: 12.000001px; text-align: center;&quot;&gt;&lt;span style=&quot;text-wrap-mode: nowrap;&quot;&gt;&lt;font style=&quot;font-size: 11px;&quot;&gt;&amp;nbsp;sterujących&amp;nbsp;&lt;/font&gt;&lt;/span&gt;&lt;/div&gt;&lt;div style=&quot;font-size: 12.000001px; text-align: center;&quot;&gt;&lt;span style=&quot;font-size: 11px; text-wrap-mode: nowrap;&quot;&gt;ESP32 -&amp;gt; A7670&lt;/span&gt;&lt;/div&gt;&lt;div&gt;&lt;span style=&quot;font-size: 11px; text-wrap-mode: nowrap;&quot;&gt;&lt;br&gt;&lt;/span&gt;&lt;/div&gt;" vertex="1">
          <mxGeometry height="80" width="97.17" x="20" y="10" as="geometry" />
        </mxCell>
        <mxCell id="zzqq1YDTvUKB0URQ00NY-77" parent="zzqq1YDTvUKB0URQ00NY-74" style="html=1;shadow=0;dashed=0;align=center;verticalAlign=middle;shape=mxgraph.arrows2.arrow;dy=0;dx=10;notch=10;" value="" vertex="1">
          <mxGeometry height="60" width="117.17391304347828" x="117.17391304347828" y="30" as="geometry" />
        </mxCell>
        <mxCell id="zzqq1YDTvUKB0URQ00NY-78" parent="zzqq1YDTvUKB0URQ00NY-74" style="text;whiteSpace=wrap;html=1;align=center;" value="&lt;div style=&quot;&quot;&gt;&lt;span style=&quot;caret-color: rgb(0, 0, 0); text-wrap-mode: nowrap;&quot;&gt;&lt;font style=&quot;font-size: 11px;&quot;&gt;wyłączenie&lt;/font&gt;&lt;/span&gt;&lt;/div&gt;&lt;div style=&quot;&quot;&gt;&lt;span style=&quot;caret-color: rgb(0, 0, 0); text-wrap-mode: nowrap;&quot;&gt;&lt;font style=&quot;font-size: 11px;&quot;&gt;funkcyjne&lt;/font&gt;&lt;/span&gt;&lt;/div&gt;&lt;div style=&quot;&quot;&gt;&lt;font style=&quot;font-size: 9px;&quot;&gt;&lt;span style=&quot;text-wrap-mode: nowrap;&quot;&gt;(wyłączenie&amp;nbsp;&lt;/span&gt;&lt;span style=&quot;white-space: nowrap;&quot;&gt;przez&amp;nbsp;&lt;/span&gt;&lt;/font&gt;&lt;/div&gt;&lt;div style=&quot;&quot;&gt;&lt;span style=&quot;white-space: nowrap;&quot;&gt;&lt;font style=&quot;font-size: 9px;&quot;&gt;&lt;font&gt;PWRKEY&lt;/font&gt;&lt;font&gt; przy awarii)&amp;nbsp;&lt;/font&gt;&lt;/font&gt;&lt;/span&gt;&lt;/div&gt;" vertex="1">
          <mxGeometry height="70" width="120" x="120" y="25" as="geometry" />
        </mxCell>
        <mxCell id="zzqq1YDTvUKB0URQ00NY-79" parent="zzqq1YDTvUKB0URQ00NY-74" style="html=1;shadow=0;dashed=0;align=center;verticalAlign=middle;shape=mxgraph.arrows2.arrow;dy=0;dx=8.34;notch=10;" value="" vertex="1">
          <mxGeometry height="60" width="117.17391304347828" x="234.34782608695656" y="30" as="geometry" />
        </mxCell>
        <mxCell id="zzqq1YDTvUKB0URQ00NY-80" parent="zzqq1YDTvUKB0URQ00NY-74" style="text;whiteSpace=wrap;html=1;align=center;fontSize=11;" value="&lt;span style=&quot;text-wrap-mode: nowrap;&quot;&gt;&lt;font&gt;test komunikacji&amp;nbsp;&lt;/font&gt;&lt;/span&gt;&lt;span style=&quot;white-space: nowrap;&quot;&gt;AT&lt;/span&gt;&lt;div&gt;&lt;font style=&quot;font-size: 9px;&quot;&gt;&lt;span style=&quot;white-space: nowrap;&quot;&gt;(wyłączenie&amp;nbsp;&lt;/span&gt;&lt;span style=&quot;white-space: nowrap;&quot;&gt;przez&amp;nbsp;&lt;/span&gt;&lt;/font&gt;&lt;/div&gt;&lt;div&gt;&lt;span style=&quot;white-space: nowrap;&quot;&gt;&lt;font style=&quot;font-size: 9px;&quot;&gt;&lt;font&gt;PWRKEY&lt;/font&gt;&lt;font&gt;&amp;nbsp;&lt;/font&gt;&lt;/font&gt;&lt;/span&gt;&lt;/div&gt;&lt;div&gt;&lt;span style=&quot;white-space: nowrap;&quot;&gt;&lt;font&gt;&lt;font style=&quot;font-size: 9px;&quot;&gt;przy awarii)&amp;nbsp;&lt;/font&gt;&lt;/font&gt;&lt;/span&gt;&lt;/div&gt;" vertex="1">
          <mxGeometry height="60" width="110" x="240" y="30" as="geometry" />
        </mxCell>
        <mxCell id="zzqq1YDTvUKB0URQ00NY-82" parent="zzqq1YDTvUKB0URQ00NY-133" style="text;whiteSpace=wrap;html=1;align=center;" value="&lt;div style=&quot;&quot;&gt;&lt;span style=&quot;&quot;&gt;&lt;b&gt;&lt;font style=&quot;font-size: 15px;&quot;&gt;Wyłączenie modemu&lt;/font&gt;&lt;/b&gt;&lt;/span&gt;&lt;br&gt;&lt;/div&gt;" vertex="1">
          <mxGeometry height="50" width="470" as="geometry" />
        </mxCell>
        <mxCell id="zzqq1YDTvUKB0URQ00NY-136" connectable="0" parent="1" style="group" value="" vertex="1">
          <mxGeometry height="95" width="501.9999999999999" x="1360" y="310" as="geometry" />
        </mxCell>
        <mxCell id="zzqq1YDTvUKB0URQ00NY-137" connectable="0" parent="zzqq1YDTvUKB0URQ00NY-136" style="group" value="" vertex="1">
          <mxGeometry height="95" width="470" x="32" as="geometry" />
        </mxCell>
        <mxCell id="zzqq1YDTvUKB0URQ00NY-138" parent="zzqq1YDTvUKB0URQ00NY-137" style="html=1;shadow=0;dashed=0;align=center;verticalAlign=middle;shape=mxgraph.arrows2.arrow;dy=0;dx=10;notch=10;" value="" vertex="1">
          <mxGeometry height="60" width="117.17391304347828" y="30" as="geometry" />
        </mxCell>
        <mxCell id="zzqq1YDTvUKB0URQ00NY-139" parent="zzqq1YDTvUKB0URQ00NY-137" style="text;whiteSpace=wrap;html=1;" value="&lt;div style=&quot;font-size: 12.000001px; text-align: center;&quot;&gt;&lt;span style=&quot;text-wrap-mode: nowrap;&quot;&gt;&lt;font style=&quot;font-size: 11px;&quot;&gt;&lt;br&gt;&lt;/font&gt;&lt;/span&gt;&lt;/div&gt;&lt;div style=&quot;font-size: 12.000001px; text-align: center;&quot;&gt;&lt;span style=&quot;text-wrap-mode: nowrap;&quot;&gt;&lt;font style=&quot;font-size: 11px;&quot;&gt;ustawienie&amp;nbsp;&lt;/font&gt;&lt;/span&gt;&lt;/div&gt;&lt;div style=&quot;font-size: 12.000001px; text-align: center;&quot;&gt;&lt;span style=&quot;text-wrap-mode: nowrap;&quot;&gt;&lt;font style=&quot;font-size: 11px;&quot;&gt;pinów&lt;/font&gt;&lt;/span&gt;&lt;/div&gt;&lt;div style=&quot;font-size: 12.000001px; text-align: center;&quot;&gt;&lt;span style=&quot;text-wrap-mode: nowrap;&quot;&gt;&lt;font style=&quot;font-size: 11px;&quot;&gt;&amp;nbsp;sterujących&amp;nbsp;&lt;/font&gt;&lt;/span&gt;&lt;/div&gt;&lt;div style=&quot;font-size: 12.000001px; text-align: center;&quot;&gt;&lt;span style=&quot;font-size: 11px; text-wrap-mode: nowrap;&quot;&gt;ESP32 -&amp;gt; A7670&lt;/span&gt;&lt;/div&gt;&lt;div&gt;&lt;span style=&quot;font-size: 11px; text-wrap-mode: nowrap;&quot;&gt;&lt;br&gt;&lt;/span&gt;&lt;/div&gt;" vertex="1">
          <mxGeometry height="80" width="97.17" x="20" y="10" as="geometry" />
        </mxCell>
        <mxCell id="zzqq1YDTvUKB0URQ00NY-140" parent="zzqq1YDTvUKB0URQ00NY-137" style="html=1;shadow=0;dashed=0;align=center;verticalAlign=middle;shape=mxgraph.arrows2.arrow;dy=0;dx=10;notch=10;" value="" vertex="1">
          <mxGeometry height="60" width="117.17391304347828" x="117.17391304347828" y="30" as="geometry" />
        </mxCell>
        <mxCell id="zzqq1YDTvUKB0URQ00NY-141" parent="zzqq1YDTvUKB0URQ00NY-137" style="text;whiteSpace=wrap;html=1;align=center;" value="&lt;div style=&quot;&quot;&gt;&lt;span style=&quot;caret-color: rgb(0, 0, 0); text-wrap-mode: nowrap;&quot;&gt;&lt;font style=&quot;font-size: 11px;&quot;&gt;wyłączenie&lt;/font&gt;&lt;/span&gt;&lt;/div&gt;&lt;div style=&quot;&quot;&gt;&lt;span style=&quot;caret-color: rgb(0, 0, 0); text-wrap-mode: nowrap;&quot;&gt;&lt;font style=&quot;font-size: 11px;&quot;&gt;funkcyjne&lt;/font&gt;&lt;/span&gt;&lt;/div&gt;&lt;div style=&quot;&quot;&gt;&lt;font style=&quot;font-size: 9px;&quot;&gt;&lt;span style=&quot;text-wrap-mode: nowrap;&quot;&gt;(wyłączenie&amp;nbsp;&lt;/span&gt;&lt;span style=&quot;white-space: nowrap;&quot;&gt;przez&amp;nbsp;&lt;/span&gt;&lt;/font&gt;&lt;/div&gt;&lt;div style=&quot;&quot;&gt;&lt;span style=&quot;white-space: nowrap;&quot;&gt;&lt;font style=&quot;font-size: 9px;&quot;&gt;&lt;font&gt;PWRKEY&lt;/font&gt;&lt;font&gt; przy awarii)&amp;nbsp;&lt;/font&gt;&lt;/font&gt;&lt;/span&gt;&lt;/div&gt;" vertex="1">
          <mxGeometry height="70" width="120" x="120" y="25" as="geometry" />
        </mxCell>
        <mxCell id="zzqq1YDTvUKB0URQ00NY-142" parent="zzqq1YDTvUKB0URQ00NY-137" style="html=1;shadow=0;dashed=0;align=center;verticalAlign=middle;shape=mxgraph.arrows2.arrow;dy=0;dx=8.34;notch=10;" value="" vertex="1">
          <mxGeometry height="60" width="117.17391304347828" x="234.34782608695656" y="30" as="geometry" />
        </mxCell>
        <mxCell id="zzqq1YDTvUKB0URQ00NY-143" parent="zzqq1YDTvUKB0URQ00NY-137" style="text;whiteSpace=wrap;html=1;align=center;fontSize=11;" value="&lt;span style=&quot;text-wrap-mode: nowrap;&quot;&gt;&lt;font&gt;test komunikacji&amp;nbsp;&lt;/font&gt;&lt;/span&gt;&lt;span style=&quot;white-space: nowrap;&quot;&gt;AT&lt;/span&gt;&lt;div&gt;&lt;font style=&quot;font-size: 9px;&quot;&gt;&lt;span style=&quot;white-space: nowrap;&quot;&gt;(wyłączenie&amp;nbsp;&lt;/span&gt;&lt;span style=&quot;white-space: nowrap;&quot;&gt;przez&amp;nbsp;&lt;/span&gt;&lt;/font&gt;&lt;/div&gt;&lt;div&gt;&lt;span style=&quot;white-space: nowrap;&quot;&gt;&lt;font style=&quot;font-size: 9px;&quot;&gt;&lt;font&gt;PWRKEY&lt;/font&gt;&lt;font&gt;&amp;nbsp;&lt;/font&gt;&lt;/font&gt;&lt;/span&gt;&lt;/div&gt;&lt;div&gt;&lt;span style=&quot;white-space: nowrap;&quot;&gt;&lt;font&gt;&lt;font style=&quot;font-size: 9px;&quot;&gt;przy awarii)&amp;nbsp;&lt;/font&gt;&lt;/font&gt;&lt;/span&gt;&lt;/div&gt;" vertex="1">
          <mxGeometry height="60" width="110" x="240" y="30" as="geometry" />
        </mxCell>
        <mxCell id="zzqq1YDTvUKB0URQ00NY-144" parent="zzqq1YDTvUKB0URQ00NY-136" style="text;whiteSpace=wrap;html=1;align=center;" value="&lt;div style=&quot;&quot;&gt;&lt;span style=&quot;&quot;&gt;&lt;b&gt;&lt;font style=&quot;font-size: 15px;&quot;&gt;Wyłączenie modemu&lt;/font&gt;&lt;/b&gt;&lt;/span&gt;&lt;br&gt;&lt;/div&gt;" vertex="1">
          <mxGeometry height="50" width="470" as="geometry" />
        </mxCell>
      </root>
    </mxGraphModel>
  </diagram>
</mxfile>
